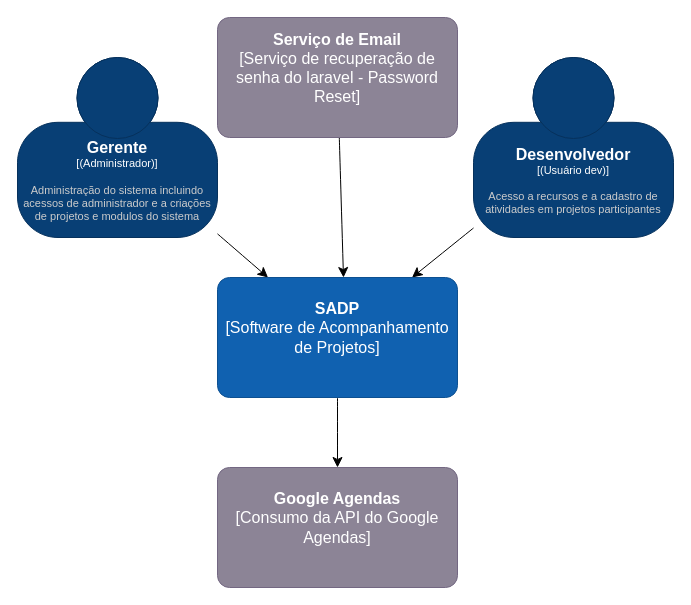
FlavioCandidoSilva/2020_1_POO keeps this draw.io diagram as Questões/Diagrama sem nome.drawio. Above is the earlier version. Source tidied: cells renumbered, new cells numbered last; positions are measured from the earlier drawing's top-left corner, leaving out a move shared by most shapes. Both pictures are drawn from the tidied source at 100%, with x=0, y=0 at pixel (17, 17).
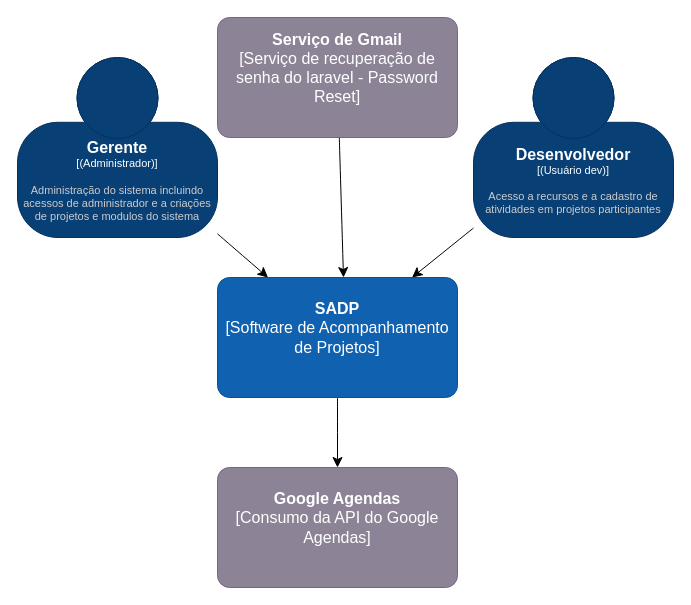
Above is the later version.

Change to the diagram source:
```diff
@@
 <mxGraphModel>
   <root>
     <mxCell id="0" />
     <mxCell id="1" parent="0" />
     <mxCell id="2" style="edgeStyle=none;curved=1;rounded=0;jettySize=auto;html=1;fontSize=12;startSize=8;endSize=8;" parent="1" edge="1" source="3" target="7">
       <mxGeometry relative="1" as="geometry" />
     </mxCell>
     <object id="3" label="&lt;font style=&quot;font-size: 16px&quot;&gt;&lt;b&gt;%c4Name%&lt;/b&gt;&lt;/font&gt;&lt;div&gt;[%c4Type%]&lt;/div&gt;&lt;br&gt;&lt;div&gt;&lt;font style=&quot;font-size: 11px&quot;&gt;&lt;font color=&quot;#cccccc&quot;&gt;%c4Description%&lt;/font&gt;&lt;/div&gt;" c4Description="Administração do sistema incluindo acessos de administrador e a criações de projetos e modulos do sistema " c4Name="Gerente " c4Type="(Administrador)" placeholders="1">
       <mxCell style="html=1;fontSize=11;dashed=0;whiteSpace=wrap;fillColor=#083F75;strokeColor=#06315C;fontColor=#ffffff;shape=mxgraph.c4.person2;align=center;points=[[0.5,0,0],[1,0.5,0],[1,0.75,0],[0.75,1,0],[0.5,1,0],[0.25,1,0],[0,0.75,0],[0,0.5,0]];" parent="1" vertex="1">
         <mxGeometry y="40" width="200" height="180" as="geometry" />
       </mxCell>
     </object>
     <mxCell id="4" style="edgeStyle=none;curved=1;rounded=0;jettySize=auto;html=1;fontSize=12;startSize=8;endSize=8;" parent="1" edge="1" source="5" target="7">
       <mxGeometry relative="1" as="geometry" />
     </mxCell>
     <object id="5" label="&lt;font style=&quot;font-size: 16px&quot;&gt;&lt;b&gt;%c4Name%&lt;/b&gt;&lt;/font&gt;&lt;div&gt;[%c4Type%]&lt;/div&gt;&lt;br&gt;&lt;div&gt;&lt;font style=&quot;font-size: 11px&quot;&gt;&lt;font color=&quot;#cccccc&quot;&gt;%c4Description%&lt;/font&gt;&lt;/div&gt;" c4Description="Acesso a recursos e a cadastro de atividades em projetos participantes " c4Name="Desenvolvedor " c4Type="(Usuário dev)" placeholders="1">
       <mxCell style="html=1;fontSize=11;dashed=0;whiteSpace=wrap;fillColor=#083F75;strokeColor=#06315C;fontColor=#ffffff;shape=mxgraph.c4.person2;align=center;points=[[0.5,0,0],[1,0.5,0],[1,0.75,0],[0.75,1,0],[0.5,1,0],[0.25,1,0],[0,0.75,0],[0,0.5,0]];" parent="1" vertex="1">
         <mxGeometry x="456" y="40" width="200" height="180" as="geometry" />
       </mxCell>
     </object>
     <mxCell id="6" style="edgeStyle=none;curved=1;rounded=0;jettySize=auto;html=1;fontSize=12;startSize=8;endSize=8;" parent="1" edge="1" source="7" target="8">
       <mxGeometry relative="1" as="geometry" />
     </mxCell>
     <object id="7" label="&lt;font style=&quot;font-size: 16px&quot;&gt;&lt;b&gt;%c4Name%&lt;/b&gt;&lt;/font&gt;&lt;div&gt;[%c4Type%]&lt;/div&gt;&lt;br&gt;&lt;div&gt;&lt;font style=&quot;font-size: 11px&quot;&gt;&lt;font color=&quot;#cccccc&quot;&gt;%c4Description%&lt;/font&gt;&lt;/div&gt;" c4Description="" c4Name="SADP" c4Type="Software de Acompanhamento de Projetos" placeholders="1">
       <mxCell style="rounded=1;whiteSpace=wrap;html=1;labelBackgroundColor=none;fillColor=#1061B0;fontColor=#ffffff;align=center;arcSize=10;strokeColor=#0D5091;points=[[0.25,0,0],[0.5,0,0],[0.75,0,0],[1,0.25,0],[1,0.5,0],[1,0.75,0],[0.75,1,0],[0.5,1,0],[0.25,1,0],[0,0.75,0],[0,0.5,0],[0,0.25,0]];fontSize=16;" parent="1" vertex="1">
         <mxGeometry x="200" y="260" width="240" height="120" as="geometry" />
       </mxCell>
     </object>
     <object id="8" label="&lt;font style=&quot;font-size: 16px&quot;&gt;&lt;b&gt;%c4Name%&lt;/b&gt;&lt;/font&gt;&lt;div&gt;[%c4Type%]&lt;/div&gt;&lt;br&gt;&lt;div&gt;&lt;font style=&quot;font-size: 11px&quot;&gt;&lt;font color=&quot;#cccccc&quot;&gt;%c4Description%&lt;/font&gt;&lt;/div&gt;" c4Description="" c4Name="Google Agendas" c4Type="Consumo da API do Google Agendas" placeholders="1">
       <mxCell style="rounded=1;whiteSpace=wrap;html=1;labelBackgroundColor=none;fillColor=#8C8496;fontColor=#ffffff;align=center;arcSize=10;strokeColor=#736782;points=[[0.25,0,0],[0.5,0,0],[0.75,0,0],[1,0.25,0],[1,0.5,0],[1,0.75,0],[0.75,1,0],[0.5,1,0],[0.25,1,0],[0,0.75,0],[0,0.5,0],[0,0.25,0]];fontSize=16;" parent="1" vertex="1">
         <mxGeometry x="200" y="450" width="240" height="120" as="geometry" />
       </mxCell>
     </object>
     <mxCell id="9" style="edgeStyle=none;curved=1;rounded=0;jettySize=auto;html=1;fontSize=12;startSize=8;endSize=8;" parent="1" edge="1" source="10">
       <mxGeometry relative="1" as="geometry">
         <mxPoint x="326" y="260" as="targetPoint" />
       </mxGeometry>
     </mxCell>
-    <object id="10" label="&lt;font style=&quot;font-size: 16px&quot;&gt;&lt;b&gt;%c4Name%&lt;/b&gt;&lt;/font&gt;&lt;div&gt;[%c4Type%]&lt;/div&gt;&lt;br&gt;&lt;div&gt;&lt;font style=&quot;font-size: 11px&quot;&gt;&lt;font color=&quot;#cccccc&quot;&gt;%c4Description%&lt;/font&gt;&lt;/div&gt;" c4Description="" c4Name="Serviço de Email" c4Type="Serviço de recuperação de senha do laravel - Password Reset" placeholders="1">
+    <object id="10" label="&lt;font style=&quot;font-size: 16px&quot;&gt;&lt;b&gt;%c4Name%&lt;/b&gt;&lt;/font&gt;&lt;div&gt;[%c4Type%]&lt;/div&gt;&lt;br&gt;&lt;div&gt;&lt;font style=&quot;font-size: 11px&quot;&gt;&lt;font color=&quot;#cccccc&quot;&gt;%c4Description%&lt;/font&gt;&lt;/div&gt;" c4Description="" c4Name="Serviço de Gmail" c4Type="Serviço de recuperação de senha do laravel - Password Reset" placeholders="1">
       <mxCell style="rounded=1;whiteSpace=wrap;html=1;labelBackgroundColor=none;fillColor=#8C8496;fontColor=#ffffff;align=center;arcSize=10;strokeColor=#736782;points=[[0.25,0,0],[0.5,0,0],[0.75,0,0],[1,0.25,0],[1,0.5,0],[1,0.75,0],[0.75,1,0],[0.5,1,0],[0.25,1,0],[0,0.75,0],[0,0.5,0],[0,0.25,0]];fontSize=16;" parent="1" vertex="1">
         <mxGeometry x="200" width="240" height="120" as="geometry" />
       </mxCell>
     </object>
   </root>
 </mxGraphModel>
```
